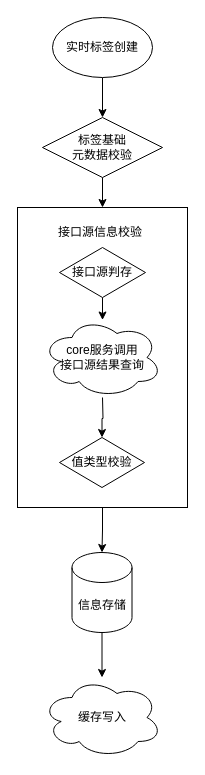
Earlier version of the draw.io diagram 实时标签创建流程图.drawio (1418956397/JavaWeb-Project-Source-Share). Source tidied: cells renumbered, new cells numbered last; positions are measured from the earlier drawing's top-left corner, leaving out a move shared by most shapes. Both pictures are drawn from the tidied source at 100%, with x=0, y=0 at pixel (17, 17).
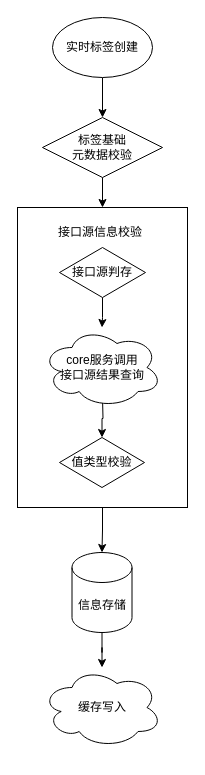
Above is the later version.

Commit message:
更新实时标签创建流程图.drawio

What changed in the source:
```diff
@@
 <mxGraphModel>
   <root>
     <mxCell id="0" />
     <mxCell id="1" parent="0" />
     <mxCell id="2" style="edgeStyle=orthogonalEdgeStyle;rounded=0;jettySize=auto;html=1;" parent="1" edge="1" source="3" target="5">
       <mxGeometry relative="1" as="geometry" />
     </mxCell>
     <mxCell id="3" value="实时标签创建" style="ellipse;whiteSpace=wrap;html=1;" parent="1" vertex="1">
       <mxGeometry x="35" width="100" height="60" as="geometry" />
     </mxCell>
     <mxCell id="4" style="edgeStyle=orthogonalEdgeStyle;rounded=0;jettySize=auto;html=1;" parent="1" edge="1" source="5" target="7">
       <mxGeometry relative="1" as="geometry" />
     </mxCell>
     <mxCell id="5" value="标签基础&lt;div&gt;元数据&lt;span style=&quot;background-color: transparent; color: light-dark(rgb(0, 0, 0), rgb(255, 255, 255));&quot;&gt;校验&lt;/span&gt;&lt;/div&gt;" style="rhombus;whiteSpace=wrap;html=1;" parent="1" vertex="1">
       <mxGeometry x="25" y="100" width="120" height="60" as="geometry" />
     </mxCell>
     <mxCell id="6" style="edgeStyle=orthogonalEdgeStyle;rounded=0;jettySize=auto;html=1;" parent="1" edge="1" source="7" target="14">
       <mxGeometry relative="1" as="geometry" />
     </mxCell>
     <mxCell id="7" style="whiteSpace=wrap;html=1;" parent="1" vertex="1">
       <mxGeometry y="190" width="170" height="300" as="geometry" />
     </mxCell>
     <mxCell id="8" value="接口源信息校验" style="text;strokeColor=none;fillColor=none;align=left;verticalAlign=middle;spacingLeft=4;spacingRight=4;overflow=hidden;whiteSpace=wrap;html=1;" parent="1" vertex="1">
       <mxGeometry x="35" y="200" width="100" height="30" as="geometry" />
     </mxCell>
-    <mxCell id="9" style="edgeStyle=orthogonalEdgeStyle;rounded=0;jettySize=auto;html=1;" parent="1" edge="1" source="10">
-      <mxGeometry relative="1" as="geometry">
-        <mxPoint x="85" y="302.5" as="targetPoint" />
-      </mxGeometry>
+    <mxCell id="9" style="edgeStyle=orthogonalEdgeStyle;rounded=0;jettySize=auto;html=1;" parent="1" edge="1" source="10" target="15">
+      <mxGeometry relative="1" as="geometry" />
     </mxCell>
     <mxCell id="10" value="接口源判存" style="rhombus;whiteSpace=wrap;html=1;" parent="1" vertex="1">
       <mxGeometry x="42" y="230" width="86" height="50" as="geometry" />
     </mxCell>
     <mxCell id="11" style="edgeStyle=orthogonalEdgeStyle;rounded=0;jettySize=auto;html=1;" parent="1" edge="1" target="12">
       <mxGeometry relative="1" as="geometry">
         <mxPoint x="85" y="380" as="sourcePoint" />
       </mxGeometry>
     </mxCell>
     <mxCell id="12" value="值类型校验" style="rhombus;whiteSpace=wrap;html=1;" parent="1" vertex="1">
       <mxGeometry x="42" y="420" width="85" height="50" as="geometry" />
     </mxCell>
     <mxCell id="13" style="edgeStyle=orthogonalEdgeStyle;rounded=0;jettySize=auto;html=1;" parent="1" edge="1" source="14" target="16">
       <mxGeometry relative="1" as="geometry" />
     </mxCell>
     <mxCell id="14" value="信息存储" style="shape=cylinder3;whiteSpace=wrap;html=1;boundedLbl=1;backgroundOutline=1;size=15;" parent="1" vertex="1">
       <mxGeometry x="54.5" y="535" width="60" height="80" as="geometry" />
     </mxCell>
     <mxCell id="15" value="core服务调用&lt;div&gt;接口源结果查询&lt;/div&gt;" style="ellipse;shape=cloud;whiteSpace=wrap;html=1;" parent="1" vertex="1">
-      <mxGeometry x="24.5" y="300" width="120" height="80" as="geometry" />
+      <mxGeometry x="24.5" y="310" width="120" height="80" as="geometry" />
     </mxCell>
     <mxCell id="16" value="缓存写入" style="ellipse;shape=cloud;whiteSpace=wrap;html=1;" parent="1" vertex="1">
-      <mxGeometry x="24.5" y="660" width="120" height="80" as="geometry" />
+      <mxGeometry x="24.5" y="650" width="120" height="80" as="geometry" />
     </mxCell>
   </root>
 </mxGraphModel>
```
